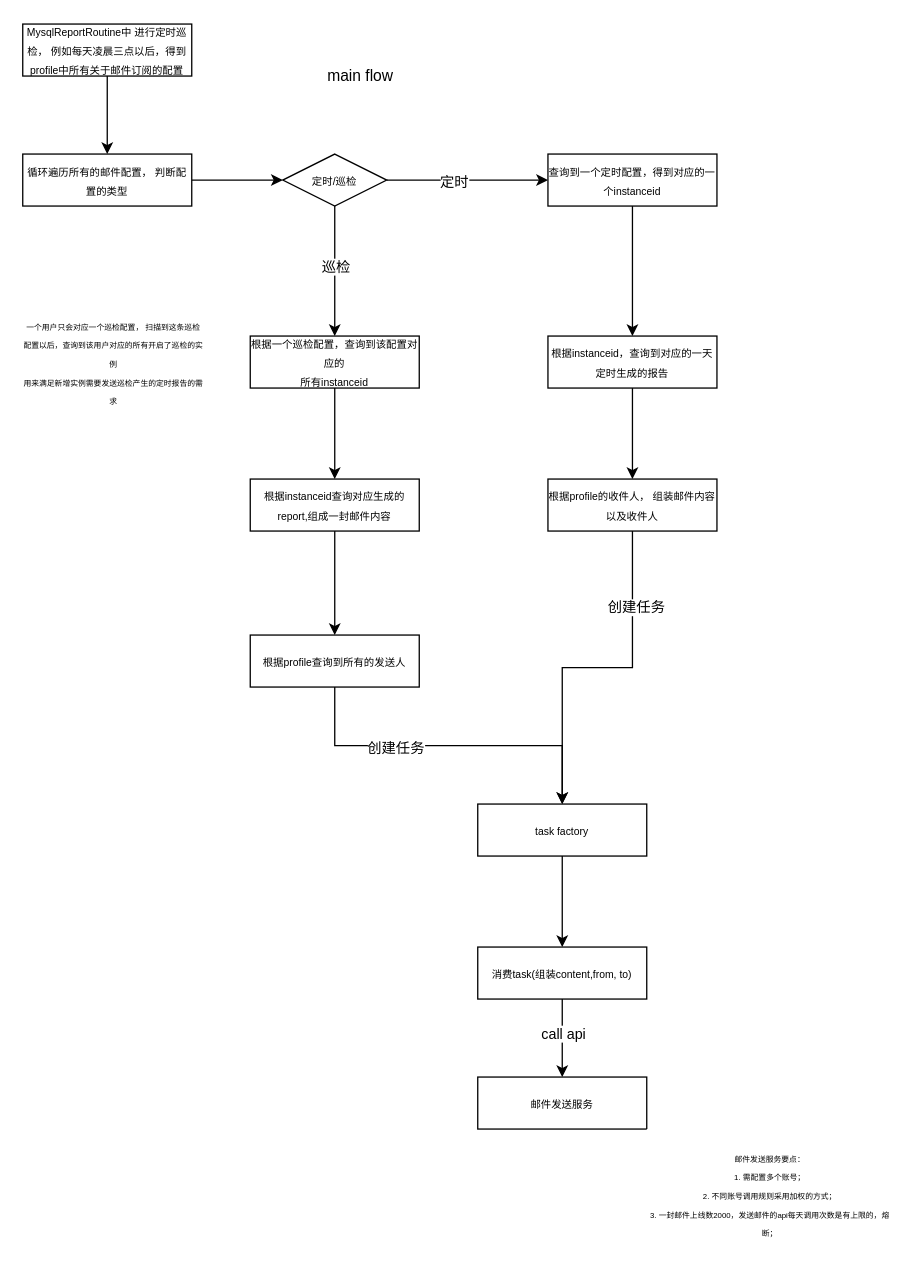
Before: page "main-flow" (1 of 2) of Untitled Diagram.drawio in GuoJunChen-commit/practice, a draw.io diagram. Source tidied: cells renumbered, new cells numbered last; positions are measured from the earlier drawing's top-left corner, leaving out a move shared by most shapes. Both pictures are drawn from the tidied source at 130%, with x=0, y=0 at pixel (22, 23).
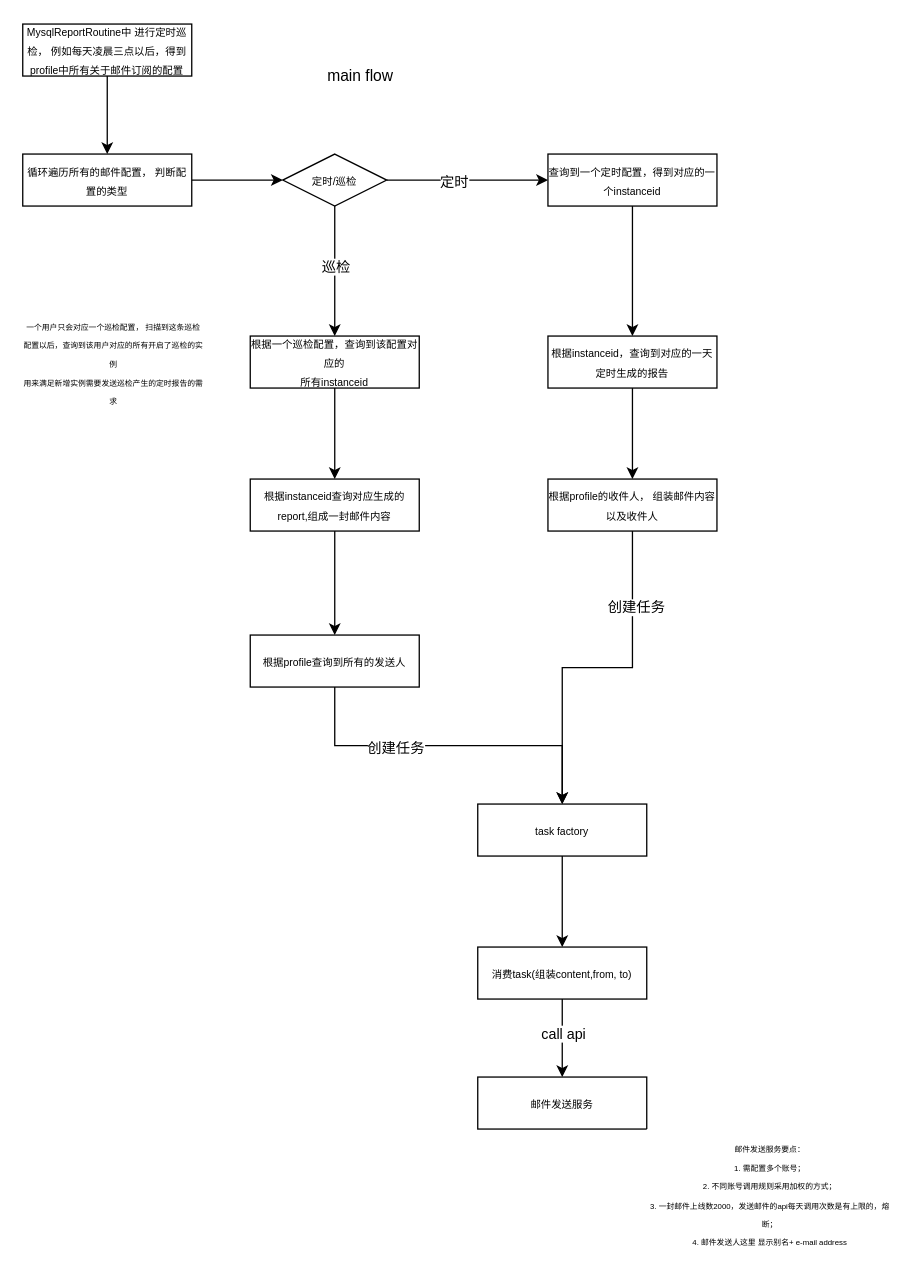
The same diagram, later.

The edit, as a diff of the source:
```diff
@@
-    <mxCell id="31" value="&lt;font style=&quot;font-size: 6px&quot;&gt;邮件发送服务要点：&lt;br&gt;1. 需配置多个账号；&lt;br&gt;2. 不同账号调用规则采用加权的方式；&lt;br&gt;3. 一封邮件上线数2000，发送邮件的api每天调用次数是有上限的，熔断；&lt;br&gt;&lt;/font&gt;" style="text;html=1;strokeColor=none;fillColor=#FFFFFF;align=center;verticalAlign=middle;whiteSpace=wrap;rounded=0;" parent="1" vertex="1">
+    <mxCell id="31" value="&lt;font style=&quot;font-size: 6px&quot;&gt;邮件发送服务要点：&lt;br&gt;1. 需配置多个账号；&lt;br&gt;2. 不同账号调用规则采用加权的方式；&lt;br&gt;3. 一封邮件上线数2000，发送邮件的api每天调用次数是有上限的，熔断；&lt;br&gt;4. 邮件发送人这里 显示别名+ e-mail address&lt;br&gt;&lt;/font&gt;" style="text;html=1;strokeColor=none;fillColor=#FFFFFF;align=center;verticalAlign=middle;whiteSpace=wrap;rounded=0;" parent="1" vertex="1">
       <mxGeometry x="480" y="850" width="190" height="100" as="geometry" />
     </mxCell>
```
